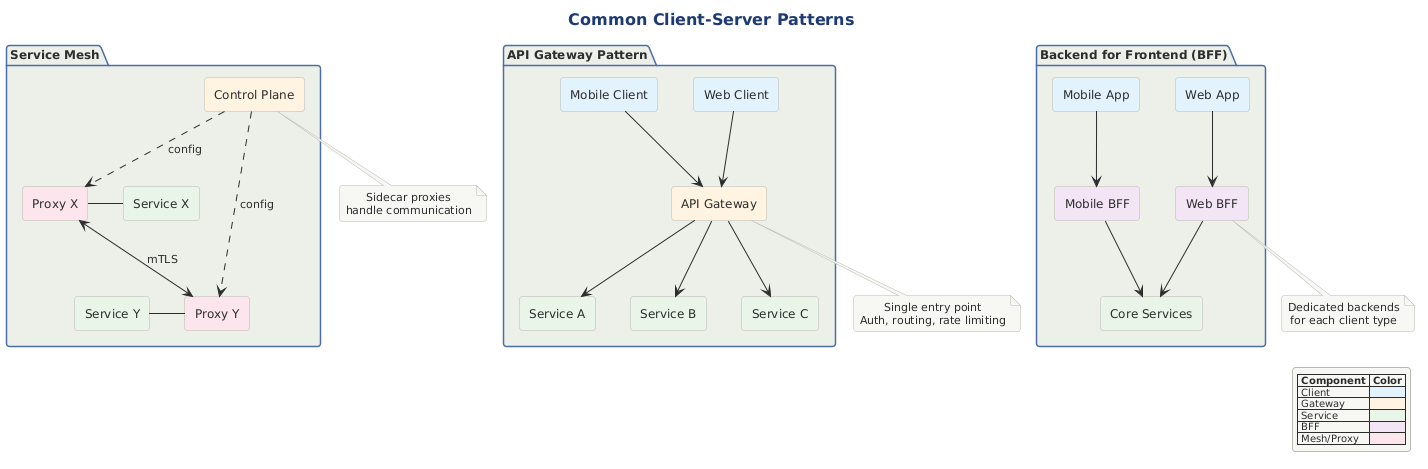
This is src/architecture/views-and-beyond/style-catalogs/component-and-connector/client-server-style/png/common-client-server-patterns.png from Notoriousjayy/latex-docs, a PlantUML export, as it was before one commit.
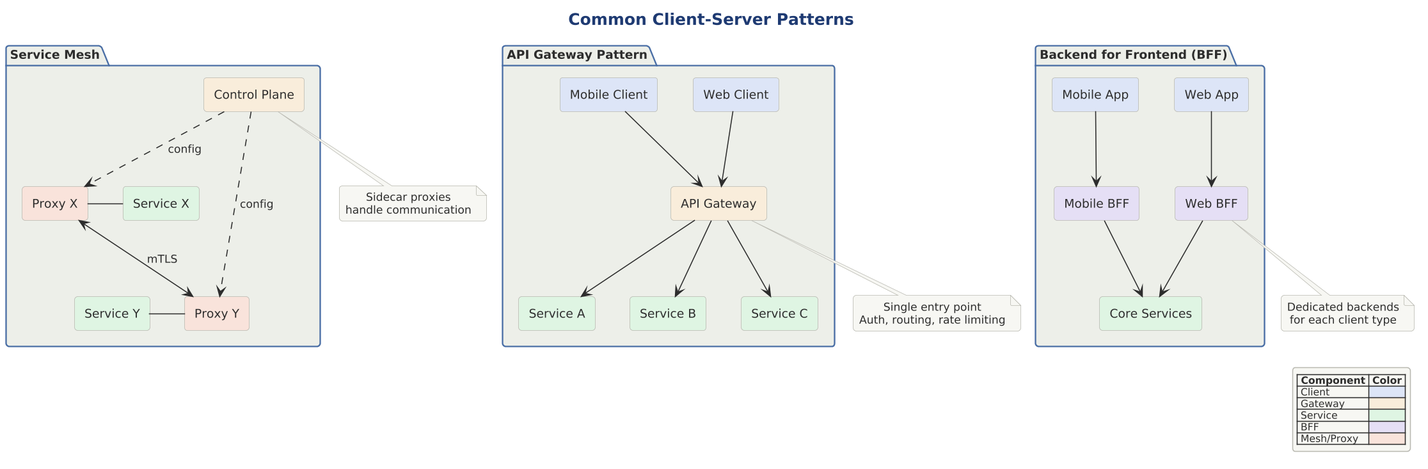
The same diagram one commit later.

What changed in the source:
```diff
@@ -1,16 +1,21 @@
 @startuml
+
+skinparam dpi 150
+
+
+
 
 title Common Client-Server Patterns
 
 !include ../../../../../../tooling/styles/plantuml/structural/package-diagram-style.iuml
 
 package "API Gateway Pattern" {
-    rectangle "Web Client" as WC1 #E3F2FD
-    rectangle "Mobile Client" as MC1 #E3F2FD
-    rectangle "API Gateway" as GW #FFF3E0
-    rectangle "Service A" as SA1 #E8F5E9
-    rectangle "Service B" as SB1 #E8F5E9
-    rectangle "Service C" as SC1 #E8F5E9
+    rectangle "Web Client" as WC1 $fill_primary
+    rectangle "Mobile Client" as MC1 $fill_primary
+    rectangle "API Gateway" as GW $fill_caution
+    rectangle "Service A" as SA1 $fill_ok
+    rectangle "Service B" as SB1 $fill_ok
+    rectangle "Service C" as SC1 $fill_ok
 
     WC1 --> GW
     MC1 --> GW
@@ -21,11 +26,11 @@
 note bottom of GW : Single entry point\nAuth, routing, rate limiting
 
 package "Backend for Frontend (BFF)" {
-    rectangle "Web App" as WC2 #E3F2FD
-    rectangle "Mobile App" as MC2 #E3F2FD
-    rectangle "Web BFF" as WBFF #F3E5F5
-    rectangle "Mobile BFF" as MBFF #F3E5F5
-    rectangle "Core Services" as CORE #E8F5E9
+    rectangle "Web App" as WC2 $fill_primary
+    rectangle "Mobile App" as MC2 $fill_primary
+    rectangle "Web BFF" as WBFF $fill_alt
+    rectangle "Mobile BFF" as MBFF $fill_alt
+    rectangle "Core Services" as CORE $fill_ok
 
     WC2 --> WBFF
     MC2 --> MBFF
@@ -35,11 +40,11 @@
 note bottom of WBFF : Dedicated backends\nfor each client type
 
 package "Service Mesh" {
-    rectangle "Service X" as SX #E8F5E9
-    rectangle "Proxy X" as PX #FCE4EC
-    rectangle "Service Y" as SY #E8F5E9
-    rectangle "Proxy Y" as PY #FCE4EC
-    rectangle "Control Plane" as CP #FFF3E0
+    rectangle "Service X" as SX $fill_ok
+    rectangle "Proxy X" as PX $fill_invalid
+    rectangle "Service Y" as SY $fill_ok
+    rectangle "Proxy Y" as PY $fill_invalid
+    rectangle "Control Plane" as CP $fill_caution
 
     SX - PX
     SY - PY
@@ -51,10 +56,10 @@
 
 legend right
   |= Component |= Color |
-  | Client | <#E3F2FD> |
-  | Gateway | <#FFF3E0> |
-  | Service | <#E8F5E9> |
-  | BFF | <#F3E5F5> |
-  | Mesh/Proxy | <#FCE4EC> |
+  | Client | <$fill_primary> |
+  | Gateway | <$fill_caution> |
+  | Service | <$fill_ok> |
+  | BFF | <$fill_alt> |
+  | Mesh/Proxy | <$fill_invalid> |
 endlegend
 @enduml
```
